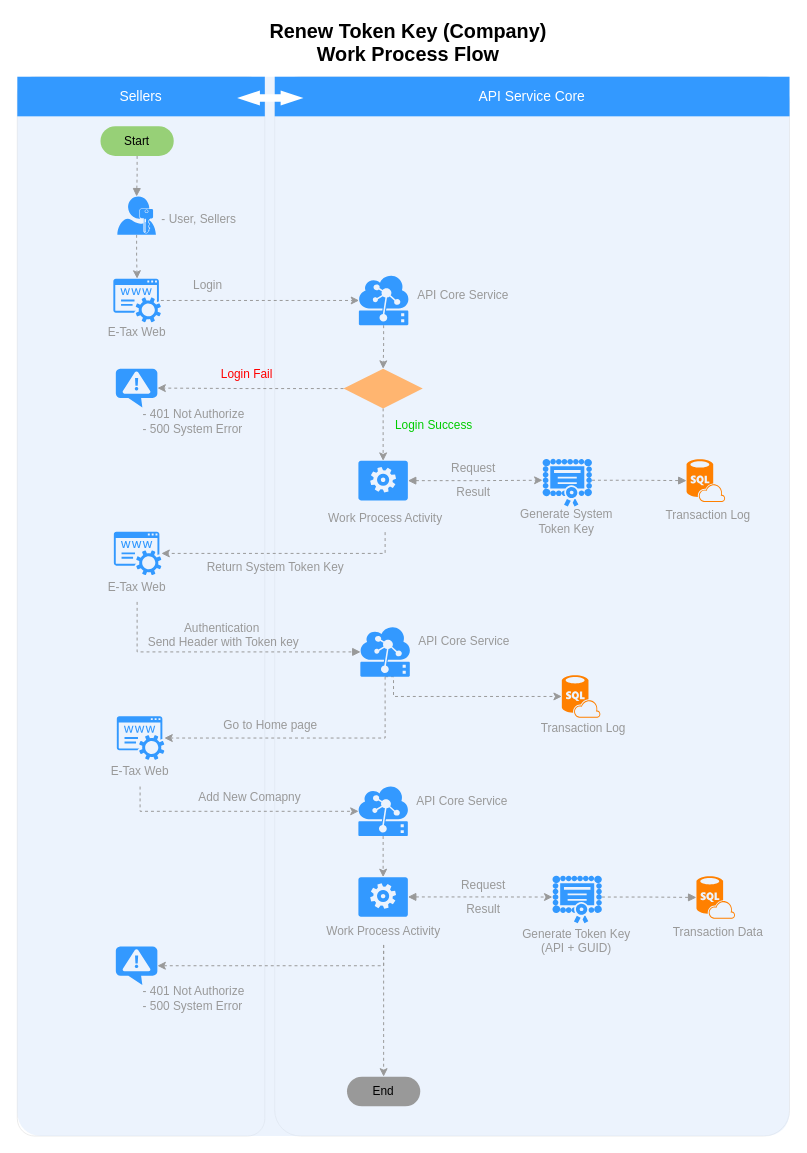
Earlier version of the draw.io diagram Register Renew Token-Key.drawio (nirawat/eTax). Source tidied: cells renumbered, new cells numbered last; positions are measured from the earlier drawing's top-left corner, leaving out a move shared by most shapes. Both pictures are drawn from the tidied source at 99%, with x=0, y=0 at pixel (17, 17).
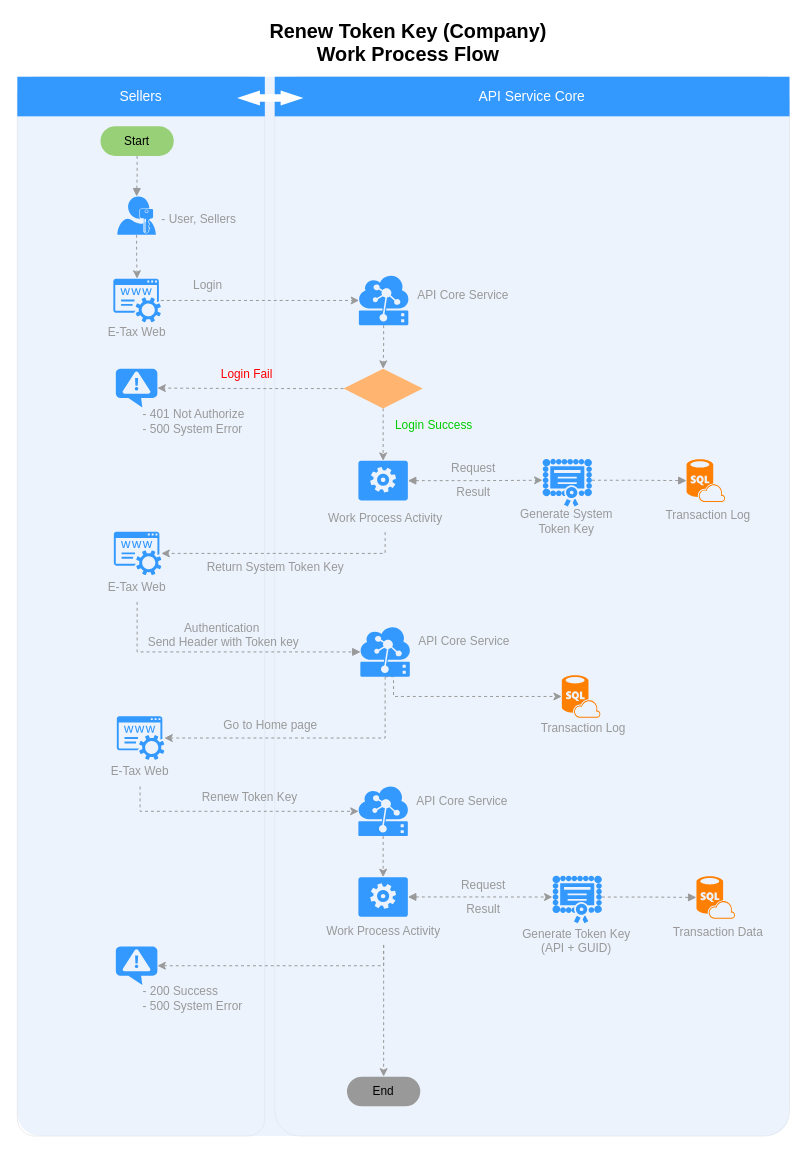
After the change.

The edit, as a diff of the source:
```diff
@@
-    <mxCell id="71" value="Add New Comapny&lt;br&gt;" style="text;html=1;strokeColor=none;fillColor=none;align=center;verticalAlign=middle;whiteSpace=wrap;rounded=0;fontSize=12;fontColor=#999999;" parent="1" vertex="1">
+    <mxCell id="71" value="Renew Token Key&lt;br&gt;" style="text;html=1;strokeColor=none;fillColor=none;align=center;verticalAlign=middle;whiteSpace=wrap;rounded=0;fontSize=12;fontColor=#999999;" parent="1" vertex="1">
       <mxGeometry x="150.5" y="780" width="168" height="16" as="geometry" />
     </mxCell>
@@
-    <mxCell id="84" value="- 401 Not Authorize&lt;br&gt;- 500 System Error&lt;br&gt;" style="text;html=1;strokeColor=none;fillColor=none;align=left;verticalAlign=middle;whiteSpace=wrap;rounded=0;fontSize=12;fontColor=#999999;" parent="1" vertex="1">
+    <mxCell id="84" value="- 200 Success&lt;br&gt;- 500 System Error&lt;br&gt;" style="text;html=1;strokeColor=none;fillColor=none;align=left;verticalAlign=middle;whiteSpace=wrap;rounded=0;fontSize=12;fontColor=#999999;" parent="1" vertex="1">
       <mxGeometry x="125" y="973.5" width="143" height="35" as="geometry" />
     </mxCell>
```
